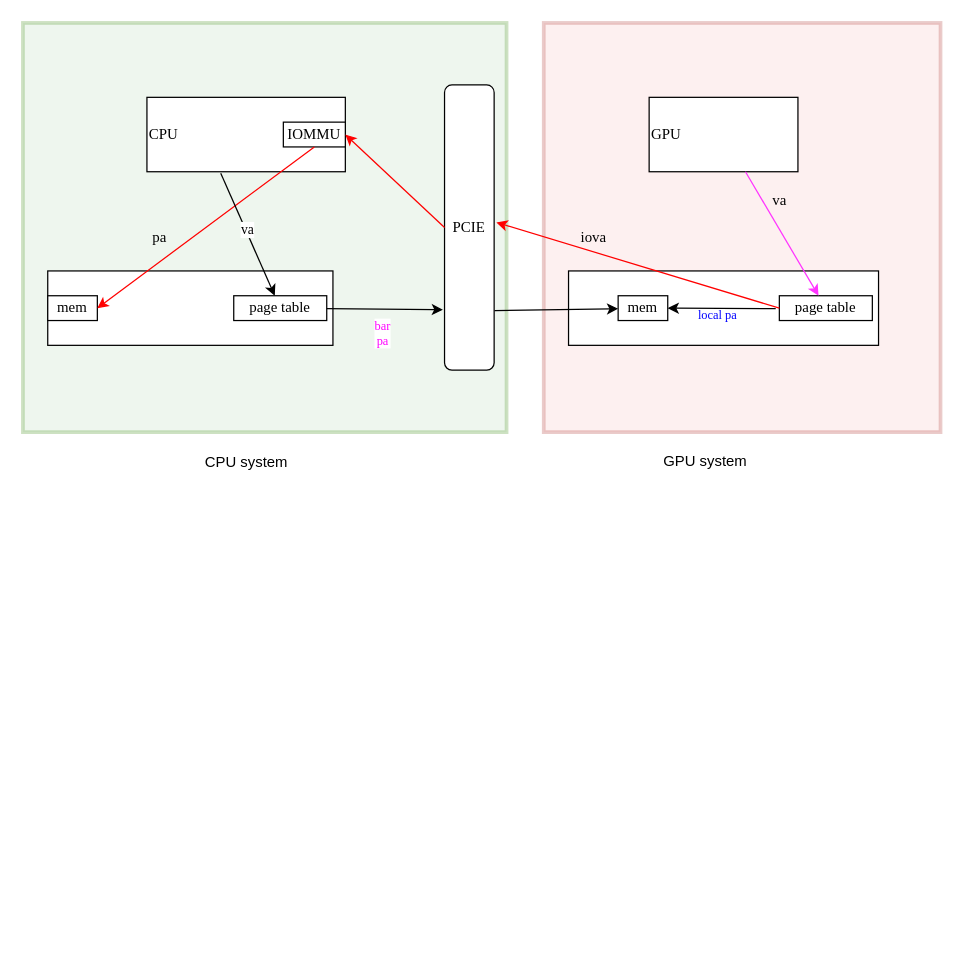
andyzhanged/for_draw_io keeps this draw.io diagram as GPU-uva.drawio. Above is the earlier version. Source tidied: cells renumbered, new cells numbered last; positions are measured from the earlier drawing's top-left corner, leaving out a move shared by most shapes. Both pictures are drawn from the tidied source at 124%, with x=0, y=0 at pixel (22, 22).
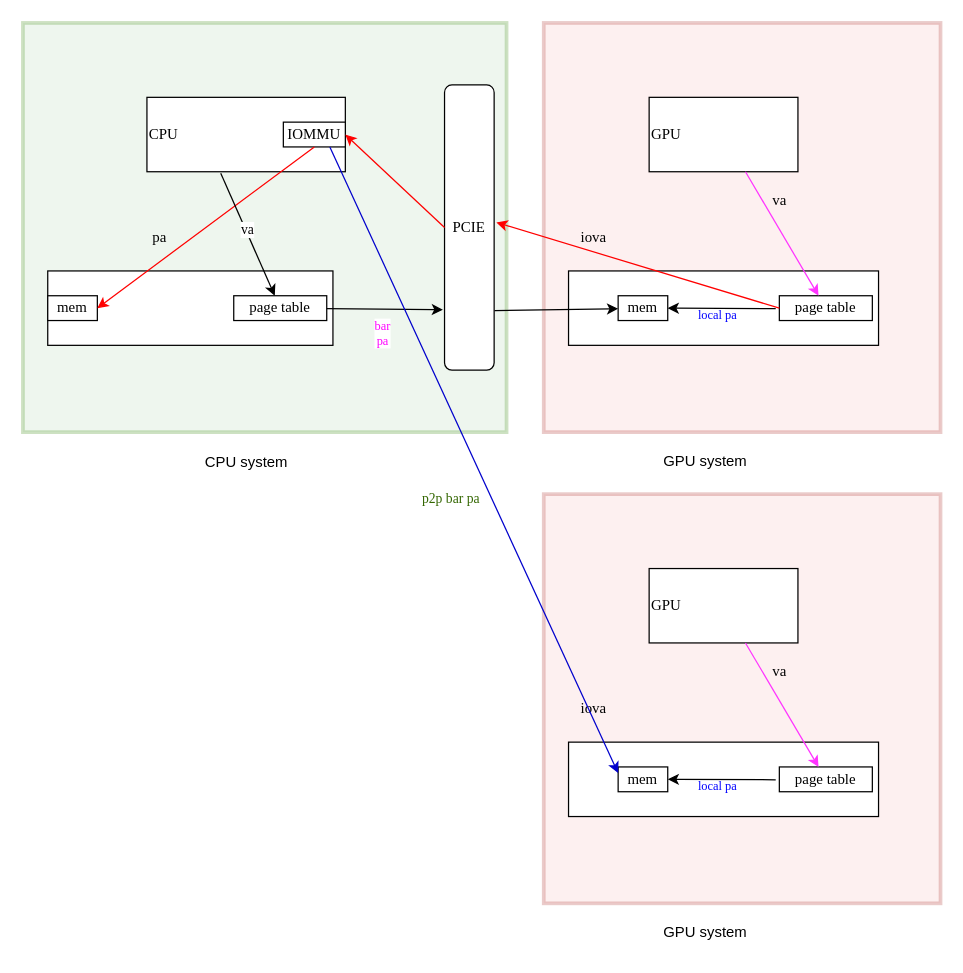
The same page after the edit.

Unchanged cells that the change refers to:
```xml
<mxCell id="11" value="IOMMU" style="rounded=0;whiteSpace=wrap;html=1;fontFamily=Times New Roman;" parent="1" vertex="1">
  <mxGeometry x="210" y="80" width="50" height="20" as="geometry" />
</mxCell>
```

Change to the diagram source:
```diff
@@
+    <mxCell id="30" style="rounded=0;whiteSpace=wrap;html=1;textOpacity=0;opacity=30;strokeWidth=3;fillColor=#f8cecc;strokeColor=#b85450;" parent="1" vertex="1">
+      <mxGeometry x="420" y="380" width="320" height="330" as="geometry" />
+    </mxCell>
+    <mxCell id="31" value="&lt;div align=&quot;left&quot;&gt;GPU&lt;/div&gt;" style="rounded=0;whiteSpace=wrap;html=1;align=left;fontFamily=Times New Roman;" parent="1" vertex="1">
+      <mxGeometry x="505" y="440" width="120" height="60" as="geometry" />
+    </mxCell>
+    <mxCell id="32" style="rounded=0;whiteSpace=wrap;html=1;fontFamily=Times New Roman;" parent="1" vertex="1">
+      <mxGeometry x="440" y="580" width="250" height="60" as="geometry" />
+    </mxCell>
+    <mxCell id="33" value="&lt;div&gt;page table&lt;/div&gt;" style="rounded=0;whiteSpace=wrap;html=1;fontFamily=Times New Roman;" parent="1" vertex="1">
+      <mxGeometry x="610" y="600" width="75" height="20" as="geometry" />
+    </mxCell>
+    <mxCell id="34" value="&lt;div&gt;mem&lt;/div&gt;" style="rounded=0;whiteSpace=wrap;html=1;fontFamily=Times New Roman;" parent="1" vertex="1">
+      <mxGeometry x="480" y="600" width="40" height="20" as="geometry" />
+    </mxCell>
+    <mxCell id="35" style="endArrow=classic;html=1;rounded=0;strokeColor=#FF33FF;fontFamily=Times New Roman;" parent="1" edge="1" source="31" target="33">
+      <mxGeometry relative="1" as="geometry" />
+    </mxCell>
+    <mxCell id="36" style="endArrow=classic;html=1;rounded=0;entryX=1;entryY=0.5;entryDx=0;entryDy=0;exitX=-0.039;exitY=0.517;exitDx=0;exitDy=0;exitPerimeter=0;fontFamily=Times New Roman;" parent="1" edge="1" source="33" target="34">
+      <mxGeometry relative="1" as="geometry" />
+    </mxCell>
+    <mxCell id="37" value="va" style="text;html=1;align=center;verticalAlign=middle;strokeColor=none;fillColor=none;fontFamily=Times New Roman;" parent="1" vertex="1">
+      <mxGeometry x="595" y="508" width="30" height="30" as="geometry" />
+    </mxCell>
+    <mxCell id="38" value="&lt;div&gt;iova&lt;/div&gt;" style="text;html=1;align=center;verticalAlign=middle;strokeColor=none;fillColor=none;fontFamily=Times New Roman;" parent="1" vertex="1">
+      <mxGeometry x="440" y="538" width="40" height="30" as="geometry" />
+    </mxCell>
+    <mxCell id="39" value="&lt;div style=&quot;font-size: 11px;&quot;&gt;&lt;div&gt;&lt;font style=&quot;font-size: 10px;&quot; color=&quot;#0000ff&quot;&gt;local pa&lt;/font&gt;&lt;/div&gt;&lt;/div&gt;" style="text;html=1;align=center;verticalAlign=middle;strokeColor=none;fillColor=none;fontFamily=Times New Roman;" parent="1" vertex="1">
+      <mxGeometry x="535" y="590" width="50" height="50" as="geometry" />
+    </mxCell>
+    <mxCell id="40" value="GPU system" style="text;html=1;align=center;verticalAlign=middle;strokeColor=none;fillColor=none;" parent="1" vertex="1">
+      <mxGeometry x="505" y="719" width="90" height="30" as="geometry" />
+    </mxCell>
+    <mxCell id="41" style="endArrow=classic;html=1;rounded=0;entryX=0;entryY=0.25;entryDx=0;entryDy=0;exitX=0.75;exitY=1;exitDx=0;exitDy=0;strokeColor=#0000CC;fontFamily=Times New Roman;" parent="1" edge="1" source="11" target="34">
+      <mxGeometry relative="1" as="geometry" />
+    </mxCell>
+    <mxCell id="42" value="&lt;font color=&quot;#336600&quot;&gt;p2p bar pa&lt;/font&gt;" style="text;html=1;align=center;verticalAlign=middle;strokeColor=none;fillColor=none;fontFamily=Times New Roman;fontSize=11;" parent="1" vertex="1">
+      <mxGeometry x="310" y="369" width="70" height="30" as="geometry" />
+    </mxCell>
```
